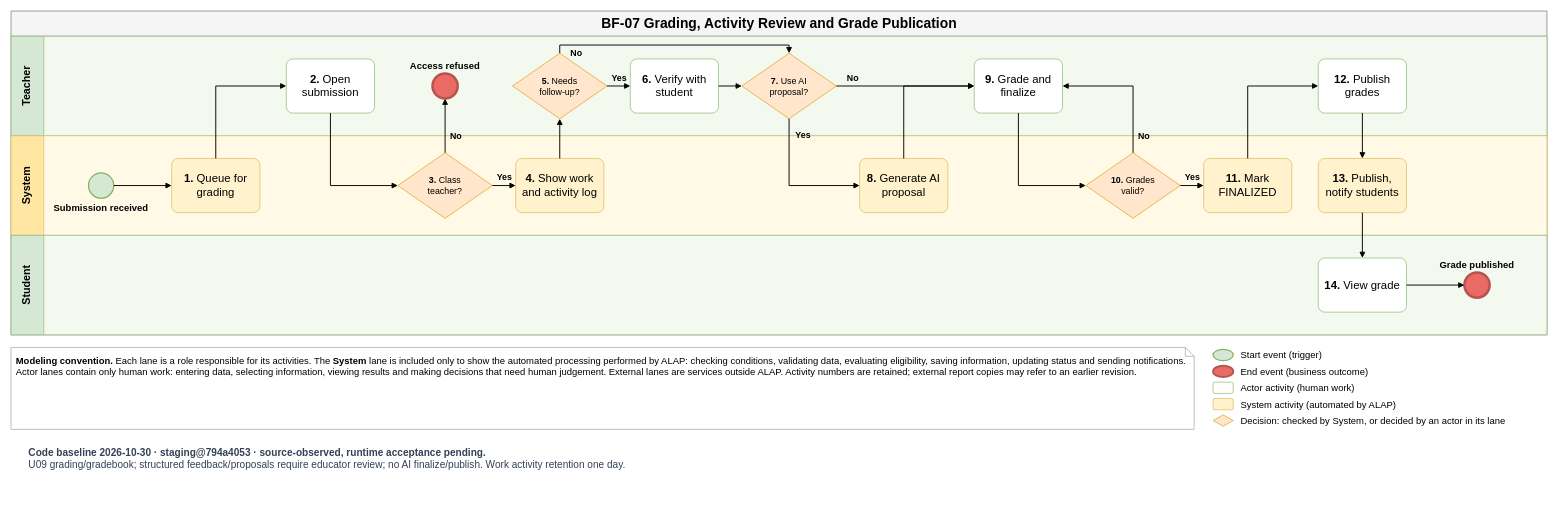
The draw.io diagram aidlc-docs/inception/main-business-flows/BF-07-Grading-Activity-Review-and-Grade-Publication.drawio in hygef-v4/AI-Powered-Learning-Platform, before the edit. Source tidied: cells renumbered, new cells numbered last; positions are measured from the earlier drawing's top-left corner, leaving out a move shared by most shapes. Both pictures are drawn from the tidied source at 63%, with x=0, y=0 at pixel (11, 11).
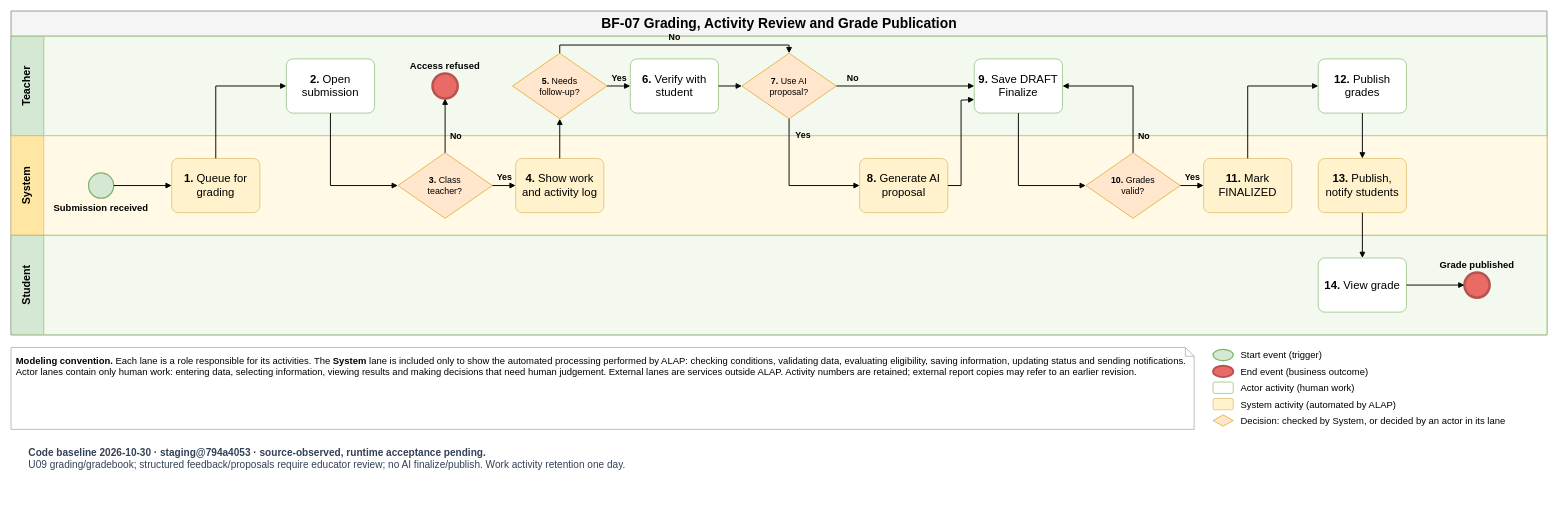
The same diagram, later.

Unchanged cells that the change refers to:
```xml
<mxCell id="3" value="Teacher" style="swimlane;startSize=52;horizontal=0;html=1;whiteSpace=wrap;fillColor=#D5E8D4;swimlaneFillColor=#F3F9EE;strokeColor=#82B366;fontSize=17;fontStyle=1;align=center;verticalAlign=middle;spacing=4;" parent="2" vertex="1">
  <mxGeometry y="40" width="2438" height="158" as="geometry" />
</mxCell>
<mxCell id="11" value="&lt;b&gt;5.&lt;/b&gt; Needs follow-up?" style="rhombus;whiteSpace=wrap;html=1;fillColor=#FFE6CC;strokeColor=#D79B00;fontSize=14;spacing=0;spacingLeft=26;spacingRight=26;" parent="3" vertex="1">
  <mxGeometry x="796" y="27" width="150" height="104" as="geometry" />
</mxCell>
<mxCell id="13" value="&lt;b&gt;7.&lt;/b&gt; Use AI proposal?" style="rhombus;whiteSpace=wrap;html=1;fillColor=#FFE6CC;strokeColor=#D79B00;fontSize=14;spacing=0;spacingLeft=26;spacingRight=26;" parent="3" vertex="1">
  <mxGeometry x="1160" y="27" width="150" height="104" as="geometry" />
</mxCell>
<mxCell id="14" value="&lt;b&gt;8.&lt;/b&gt; Generate AI proposal" style="rounded=1;whiteSpace=wrap;html=1;fillColor=#FFF2CC;strokeColor=#D6B656;fontSize=18;spacing=4;arcSize=12;" parent="4" vertex="1">
  <mxGeometry x="1347" y="36" width="140" height="86" as="geometry" />
</mxCell>
```

What changed in the source:
```diff
@@
-    <mxCell id="15" value="&lt;b&gt;9.&lt;/b&gt; Grade and finalize" style="rounded=1;whiteSpace=wrap;html=1;fillColor=#FFFFFF;strokeColor=#82B366;fontSize=18;spacing=4;arcSize=12;" parent="3" vertex="1">
+    <mxCell id="15" value="&lt;b&gt;9.&lt;/b&gt; Save DRAFT&lt;br&gt;Finalize" style="rounded=1;whiteSpace=wrap;html=1;fillColor=#FFFFFF;strokeColor=#82B366;fontSize=18;spacing=4;arcSize=12;" parent="3" vertex="1">
       <mxGeometry x="1529" y="36" width="140" height="86" as="geometry" />
     </mxCell>
@@
     <mxCell id="30" value="No" style="edgeStyle=none;rounded=0;html=1;endArrow=block;endFill=1;strokeWidth=1.5;labelBackgroundColor=none;fontSize=14;fontStyle=1;align=center;exitX=0.5;exitY=0;exitDx=0;exitDy=0;entryX=0.5;entryY=0;entryDx=0;entryDy=0;" parent="1" edge="1" source="11" target="13">
-      <mxGeometry x="-0.8" relative="1" as="geometry">
+      <mxGeometry relative="1" as="geometry">
         <Array as="points">
           <mxPoint x="871" y="54" />
           <mxPoint x="1235" y="54" />
         </Array>
-        <mxPoint y="13" as="offset" />
+        <mxPoint y="-13" as="offset" />
       </mxGeometry>
     </mxCell>
@@
-    <mxCell id="34" style="edgeStyle=none;rounded=0;html=1;endArrow=block;endFill=1;strokeWidth=1.5;labelBackgroundColor=none;fontSize=14;fontStyle=1;align=center;exitX=0.5;exitY=0;exitDx=0;exitDy=0;entryX=0;entryY=0.5;entryDx=0;entryDy=0;" parent="1" edge="1" source="14" target="15">
+    <mxCell id="34" style="edgeStyle=none;rounded=0;html=1;endArrow=block;endFill=1;strokeWidth=1.5;labelBackgroundColor=none;fontSize=14;fontStyle=1;align=center;exitX=1;exitY=0.5;exitDx=0;exitDy=0;entryX=0;entryY=0.75;entryDx=0;entryDy=0;" parent="1" edge="1" source="14" target="15">
       <mxGeometry relative="1" as="geometry">
         <Array as="points">
-          <mxPoint x="1417" y="119" />
+          <mxPoint x="1508" y="277" />
+          <mxPoint x="1508" y="141.5" />
         </Array>
       </mxGeometry>
     </mxCell>
```
